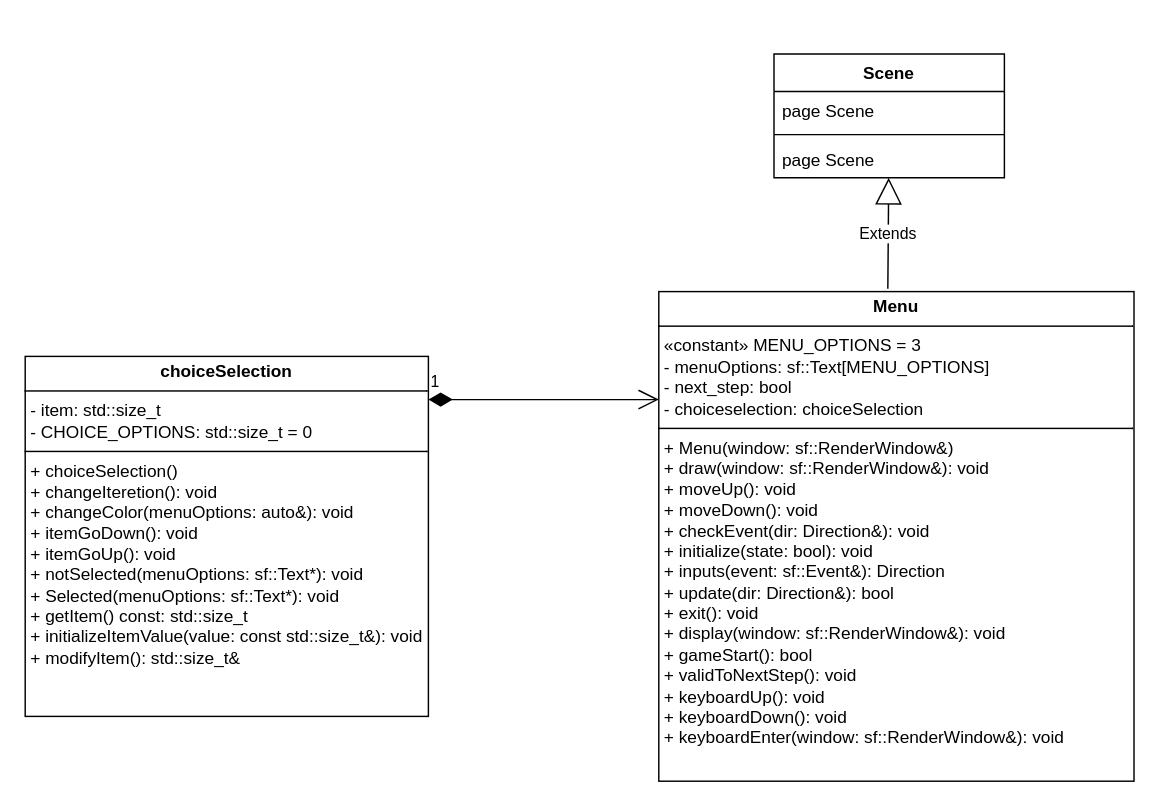
Before: page "Menu" (5 of 5) of Diagramme sans nom.drawio in Bird120/FlightToHFT, a draw.io diagram. Source tidied: cells renumbered, new cells numbered last; positions are measured from the earlier drawing's top-left corner, leaving out a move shared by most shapes. Both pictures are drawn from the tidied source at 144%, with x=0, y=0 at pixel (24, 53).
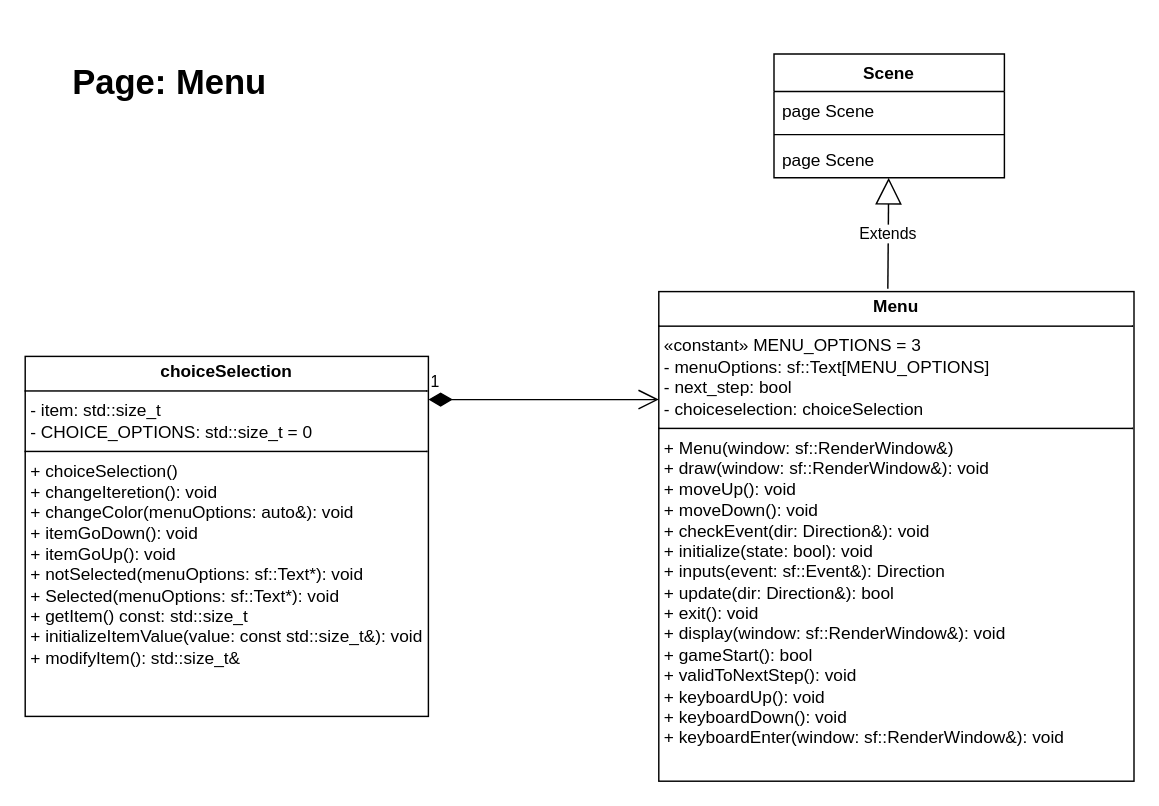
Above is the later version.

The edit, as a diff of the source:
```diff
@@
 <mxGraphModel>
   <root>
     <mxCell id="0" />
     <mxCell id="1" parent="0" />
     <mxCell id="2" value="&lt;p style=&quot;margin:0px;margin-top:4px;text-align:center;&quot;&gt;&lt;b&gt;Menu&lt;/b&gt;&lt;/p&gt;&lt;hr size=&quot;1&quot; style=&quot;border-style:solid;&quot;&gt;&lt;p style=&quot;margin:0px;margin-left:4px;&quot;&gt;«constant» MENU_OPTIONS = 3&lt;/p&gt;&lt;p style=&quot;margin:0px;margin-left:4px;&quot;&gt;- menuOptions: sf::Text[MENU_OPTIONS]&lt;br&gt;- next_step: bool&lt;br&gt;- choiceselection: choiceSelection&lt;/p&gt;&lt;hr size=&quot;1&quot; style=&quot;border-style:solid;&quot;&gt;&lt;p style=&quot;margin:0px;margin-left:4px;&quot;&gt;+ Menu(window: sf::RenderWindow&amp;amp;)&lt;br&gt;+ draw(window: sf::RenderWindow&amp;amp;): void&lt;br&gt;+ moveUp(): void&lt;br&gt;+ moveDown(): void&lt;br&gt;+ checkEvent(dir: Direction&amp;amp;): void&lt;br&gt;+ initialize(state: bool): void&lt;br&gt;+ inputs(event: sf::Event&amp;amp;): Direction&lt;br&gt;+ update(dir: Direction&amp;amp;): bool&lt;br&gt;+ exit(): void&lt;br&gt;+ display(window: sf::RenderWindow&amp;amp;): void&lt;br&gt;+ gameStart(): bool&lt;br&gt;+ validToNextStep(): void&lt;br&gt;+ keyboardUp(): void&lt;br&gt;+ keyboardDown(): void&lt;br&gt;+ keyboardEnter(window: sf::RenderWindow&amp;amp;): void&lt;/p&gt;" style="verticalAlign=top;align=left;overflow=fill;html=1;whiteSpace=wrap;" parent="1" vertex="1">
       <mxGeometry x="440" y="165" width="330" height="340" as="geometry" />
     </mxCell>
     <mxCell id="3" value="&lt;p style=&quot;margin:0px;margin-top:4px;text-align:center;&quot;&gt;&lt;b&gt;choiceSelection&lt;/b&gt;&lt;/p&gt;&lt;hr size=&quot;1&quot; style=&quot;border-style:solid;&quot;&gt;&lt;p style=&quot;margin:0px;margin-left:4px;&quot;&gt;- item: std::size_t&lt;br&gt;- CHOICE_OPTIONS: std::size_t = 0&lt;/p&gt;&lt;hr size=&quot;1&quot; style=&quot;border-style:solid;&quot;&gt;&lt;p style=&quot;margin:0px;margin-left:4px;&quot;&gt;+ choiceSelection()&lt;br&gt;+ changeIteretion(): void&lt;br&gt;+ changeColor(menuOptions: auto&amp;amp;): void&lt;br&gt;+ itemGoDown(): void&lt;br&gt;+ itemGoUp(): void&lt;br&gt;+ notSelected(menuOptions: sf::Text*): void&lt;br&gt;+ Selected(menuOptions: sf::Text*): void&lt;br&gt;+ getItem() const: std::size_t&lt;br&gt;+ initializeItemValue(value: const std::size_t&amp;amp;): void&lt;br&gt;+ modifyItem(): std::size_t&amp;amp;&lt;/p&gt;" style="verticalAlign=top;align=left;overflow=fill;html=1;whiteSpace=wrap;" parent="1" vertex="1">
       <mxGeometry y="210" width="280" height="250" as="geometry" />
     </mxCell>
     <mxCell id="4" value="1" style="endArrow=open;html=1;endSize=12;startArrow=diamondThin;startSize=14;startFill=1;edgeStyle=orthogonalEdgeStyle;align=left;verticalAlign=bottom;rounded=0;" parent="1" edge="1">
       <mxGeometry x="-1" y="3" relative="1" as="geometry">
         <mxPoint x="280" y="240" as="sourcePoint" />
         <mxPoint x="440" y="240" as="targetPoint" />
       </mxGeometry>
     </mxCell>
     <mxCell id="5" value="Scene" style="swimlane;fontStyle=1;align=center;verticalAlign=top;horizontal=1;startSize=26;whiteSpace=wrap;html=1;" parent="1" vertex="1">
       <mxGeometry x="520" width="160" height="86" as="geometry" />
     </mxCell>
     <mxCell id="6" value="page Scene&amp;nbsp;" style="text;strokeColor=none;fillColor=none;align=left;verticalAlign=top;spacingLeft=4;spacingRight=4;overflow=hidden;whiteSpace=wrap;html=1;" parent="5" vertex="1">
       <mxGeometry y="26" width="160" height="26" as="geometry" />
     </mxCell>
     <mxCell id="7" style="line;strokeWidth=1;fillColor=none;align=left;verticalAlign=middle;spacingTop=-1;spacingLeft=3;spacingRight=3;labelPosition=right;strokeColor=inherit;" parent="5" vertex="1">
       <mxGeometry y="52" width="160" height="8" as="geometry" />
     </mxCell>
     <mxCell id="8" value="page Scene" style="text;strokeColor=none;fillColor=none;align=left;verticalAlign=top;spacingLeft=4;spacingRight=4;overflow=hidden;whiteSpace=wrap;html=1;" parent="5" vertex="1">
       <mxGeometry y="60" width="160" height="26" as="geometry" />
     </mxCell>
     <mxCell id="9" value="Extends" style="endArrow=block;endSize=16;endFill=0;html=1;rounded=0;exitX=0.482;exitY=-0.006;exitDx=0;exitDy=0;exitPerimeter=0;" parent="1" edge="1" source="2" target="5">
       <mxGeometry relative="1" as="geometry" />
     </mxCell>
+    <mxCell id="10" value="Page: Menu" style="text;strokeColor=none;fillColor=none;html=1;fontSize=24;fontStyle=1;verticalAlign=middle;align=center;" parent="1" vertex="1">
+      <mxGeometry x="50" y="-20" width="100" height="80" as="geometry" />
+    </mxCell>
   </root>
 </mxGraphModel>
```
